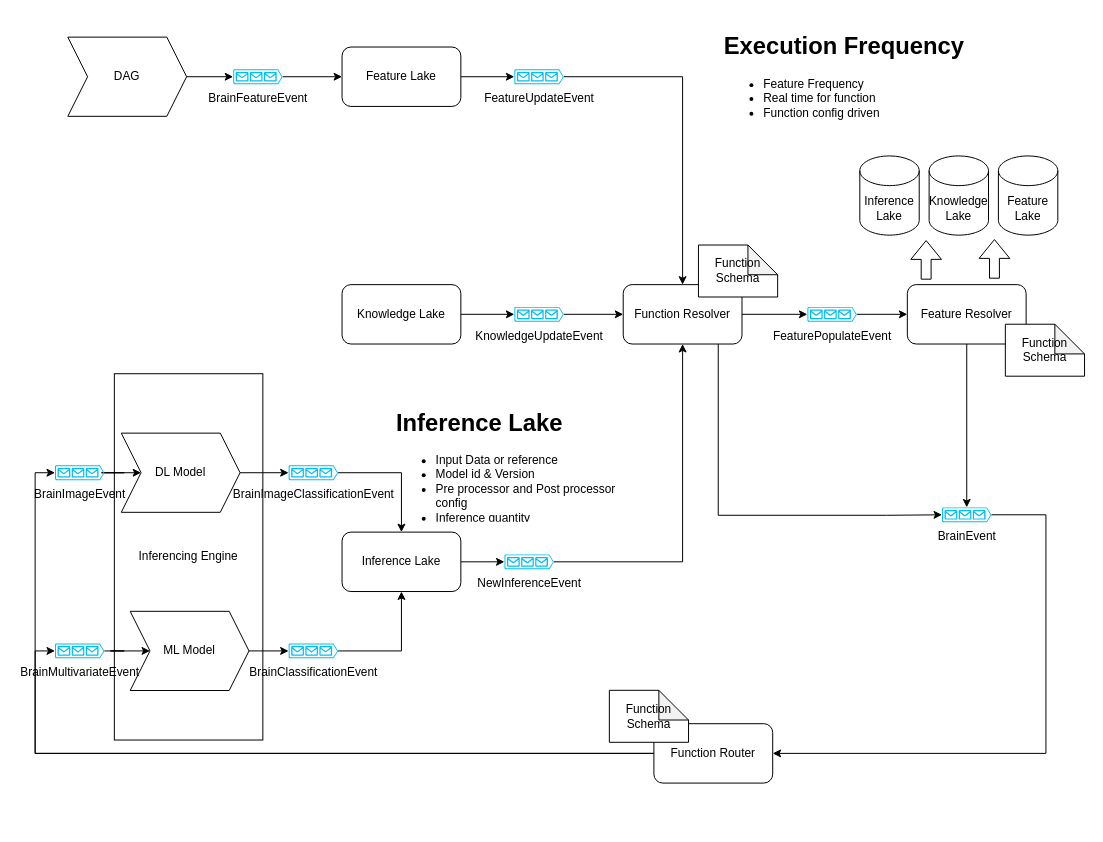
Earlier version of the draw.io diagram page "Inference Lake" (8 of 9) of docs/diagram/ml.drawio (brain-os/brain-proto). Source tidied: cells renumbered, new cells numbered last; positions are measured from the earlier drawing's top-left corner, leaving out a move shared by most shapes. Both pictures are drawn from the tidied source at 99%, with x=0, y=0 at pixel (54, 27).
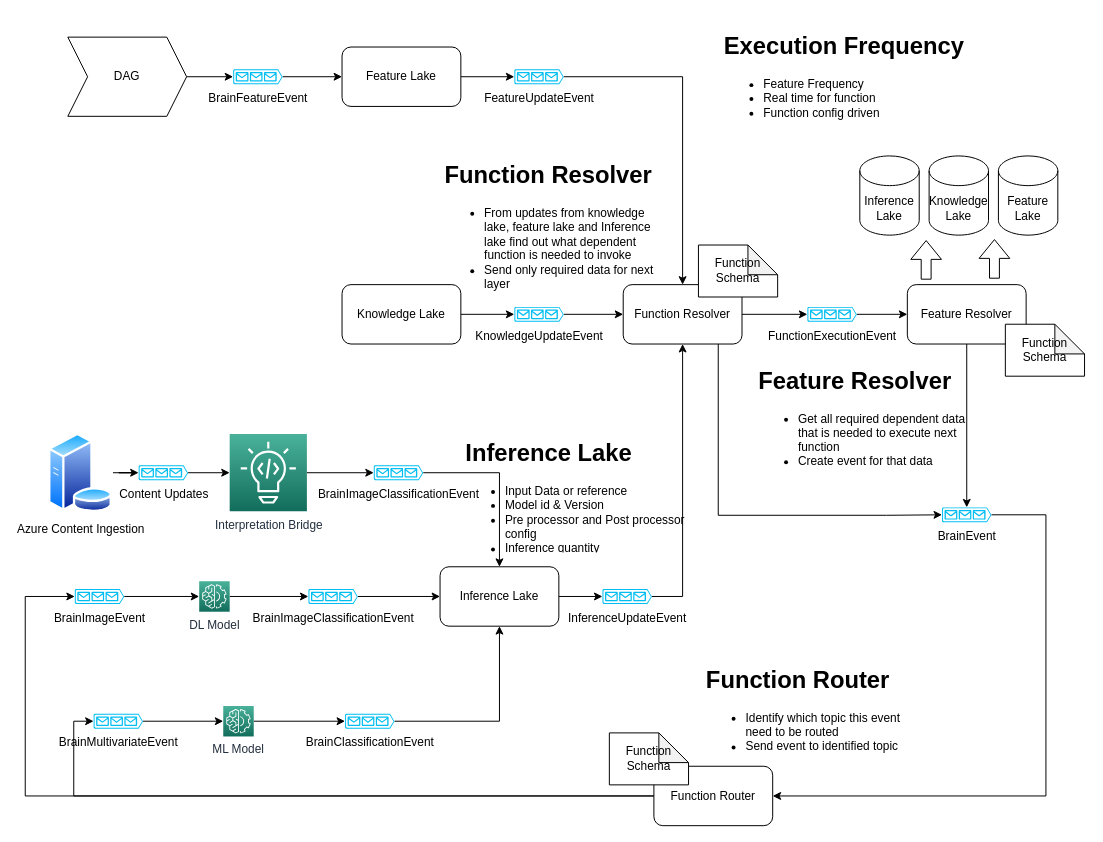
After the change.

Commit message (it also covers changes not shown here):
Changes inference lake diagram

Unchanged cells that the change refers to:
```xml
<mxCell id="22" value="Function Resolver" style="rounded=1;whiteSpace=wrap;html=1;fontColor=#000000;" parent="1" vertex="1">
  <mxGeometry x="574" y="260" width="120" height="60" as="geometry" />
</mxCell>
<mxCell id="36" value="BrainEvent" style="verticalLabelPosition=bottom;html=1;verticalAlign=top;align=center;strokeColor=none;fillColor=#00BEF2;shape=mxgraph.azure.queue_generic;" parent="1" vertex="1">
  <mxGeometry x="896" y="485" width="50" height="15" as="geometry" />
</mxCell>
```

The edit, as a diff of the source:
```diff
@@
-    <mxCell id="2" value="Inferencing Engine" style="rounded=0;whiteSpace=wrap;html=1;fontColor=#000000;" parent="1" vertex="1">
-      <mxGeometry x="60" y="350" width="150" height="370" as="geometry" />
-    </mxCell>
@@
-    <mxCell id="5" style="edgeStyle=orthogonalEdgeStyle;rounded=0;jettySize=auto;html=1;entryX=0;entryY=0.5;entryDx=0;entryDy=0;entryPerimeter=0;fontColor=#000000;" parent="1" edge="1" source="6" target="8">
+    <mxCell id="5" style="edgeStyle=orthogonalEdgeStyle;rounded=0;jettySize=auto;html=1;entryX=0;entryY=0.5;entryDx=0;entryDy=0;entryPerimeter=0;fontColor=#000000;exitX=1;exitY=0.5;exitDx=0;exitDy=0;exitPerimeter=0;" parent="1" edge="1" source="6" target="8">
       <mxGeometry relative="1" as="geometry" />
     </mxCell>
-    <mxCell id="6" value="&lt;font color=&quot;#000000&quot;&gt;DL Model&lt;/font&gt;" style="shape=step;perimeter=stepPerimeter;whiteSpace=wrap;html=1;fixedSize=1;fontColor=#CCE5FF;" parent="1" vertex="1">
-      <mxGeometry x="67" y="410" width="120" height="80" as="geometry" />
-    </mxCell>
-    <mxCell id="7" style="edgeStyle=orthogonalEdgeStyle;rounded=0;jettySize=auto;html=1;fontColor=#000000;" parent="1" edge="1" source="8" target="18">
+    <mxCell id="7" style="edgeStyle=orthogonalEdgeStyle;rounded=0;jettySize=auto;html=1;entryX=0;entryY=0.5;entryDx=0;entryDy=0;" parent="1" edge="1" source="8" target="18">
       <mxGeometry relative="1" as="geometry" />
     </mxCell>
     <mxCell id="8" value="BrainImageClassificationEvent" style="verticalLabelPosition=bottom;html=1;verticalAlign=top;align=center;strokeColor=none;fillColor=#00BEF2;shape=mxgraph.azure.queue_generic;" parent="1" vertex="1">
-      <mxGeometry x="236" y="442.5" width="50" height="15" as="geometry" />
+      <mxGeometry x="256" y="567.5" width="50" height="15" as="geometry" />
     </mxCell>
@@
-    <mxCell id="11" style="edgeStyle=orthogonalEdgeStyle;rounded=0;jettySize=auto;html=1;entryX=0;entryY=0.5;entryDx=0;entryDy=0;entryPerimeter=0;fontColor=#000000;" parent="1" edge="1" source="12" target="14">
+    <mxCell id="11" style="edgeStyle=orthogonalEdgeStyle;rounded=0;jettySize=auto;html=1;entryX=0;entryY=0.5;entryDx=0;entryDy=0;entryPerimeter=0;fontColor=#000000;exitX=1;exitY=0.5;exitDx=0;exitDy=0;exitPerimeter=0;" parent="1" edge="1" source="12" target="14">
       <mxGeometry relative="1" as="geometry" />
     </mxCell>
-    <mxCell id="12" value="&lt;font color=&quot;#000000&quot;&gt;ML Model&lt;/font&gt;" style="shape=step;perimeter=stepPerimeter;whiteSpace=wrap;html=1;fixedSize=1;fontColor=#CCE5FF;" parent="1" vertex="1">
-      <mxGeometry x="76" y="590" width="120" height="80" as="geometry" />
-    </mxCell>
@@
     <mxCell id="14" value="BrainClassificationEvent" style="verticalLabelPosition=bottom;html=1;verticalAlign=top;align=center;strokeColor=none;fillColor=#00BEF2;shape=mxgraph.azure.queue_generic;" parent="1" vertex="1">
-      <mxGeometry x="236" y="622.5" width="50" height="15" as="geometry" />
+      <mxGeometry x="293" y="693.5" width="50" height="15" as="geometry" />
     </mxCell>
@@
     <mxCell id="18" value="Inference Lake" style="rounded=1;whiteSpace=wrap;html=1;fontColor=#000000;" parent="1" vertex="1">
-      <mxGeometry x="290" y="510" width="120" height="60" as="geometry" />
+      <mxGeometry x="389" y="545" width="120" height="60" as="geometry" />
     </mxCell>
     <mxCell id="19" value="&lt;h1&gt;Inference Lake&lt;/h1&gt;&lt;p&gt;&lt;/p&gt;&lt;ul&gt;&lt;li&gt;Input Data or reference&lt;/li&gt;&lt;li&gt;Model id &amp;amp; Version&lt;/li&gt;&lt;li&gt;Pre processor and Post processor config&lt;/li&gt;&lt;li&gt;Inference quantity&lt;/li&gt;&lt;/ul&gt;&lt;p&gt;&lt;/p&gt;" style="text;html=1;strokeColor=none;fillColor=none;spacing=5;spacingTop=-20;whiteSpace=wrap;overflow=hidden;rounded=0;fontColor=#000000;" parent="1" vertex="1">
-      <mxGeometry x="340" y="380" width="230" height="120" as="geometry" />
+      <mxGeometry x="410" y="411" width="230" height="120" as="geometry" />
     </mxCell>
@@
-    <mxCell id="29" style="edgeStyle=orthogonalEdgeStyle;rounded=0;jettySize=auto;html=1;entryX=0.5;entryY=1;entryDx=0;entryDy=0;fontColor=#000000;" parent="1" edge="1" source="30" target="22">
-      <mxGeometry relative="1" as="geometry" />
+    <mxCell id="29" style="edgeStyle=orthogonalEdgeStyle;rounded=0;jettySize=auto;html=1;entryX=0.5;entryY=1;entryDx=0;entryDy=0;" parent="1" edge="1" source="30" target="22">
+      <mxGeometry relative="1" as="geometry">
+        <Array as="points">
+          <mxPoint x="634" y="575" />
+        </Array>
+      </mxGeometry>
     </mxCell>
-    <mxCell id="30" value="NewInferenceEvent" style="verticalLabelPosition=bottom;html=1;verticalAlign=top;align=center;strokeColor=none;fillColor=#00BEF2;shape=mxgraph.azure.queue_generic;" parent="1" vertex="1">
-      <mxGeometry x="454" y="532.5" width="50" height="15" as="geometry" />
+    <mxCell id="30" value="InferenceUpdateEvent" style="verticalLabelPosition=bottom;html=1;verticalAlign=top;align=center;strokeColor=none;fillColor=#00BEF2;shape=mxgraph.azure.queue_generic;" parent="1" vertex="1">
+      <mxGeometry x="553" y="567.5" width="50" height="15" as="geometry" />
     </mxCell>
@@
-    <mxCell id="34" value="FeaturePopulateEvent" style="verticalLabelPosition=bottom;html=1;verticalAlign=top;align=center;strokeColor=none;fillColor=#00BEF2;shape=mxgraph.azure.queue_generic;" parent="1" vertex="1">
+    <mxCell id="34" value="FunctionExecutionEvent" style="verticalLabelPosition=bottom;html=1;verticalAlign=top;align=center;strokeColor=none;fillColor=#00BEF2;shape=mxgraph.azure.queue_generic;" parent="1" vertex="1">
       <mxGeometry x="760" y="282.5" width="50" height="15" as="geometry" />
     </mxCell>
     <mxCell id="35" style="edgeStyle=orthogonalEdgeStyle;rounded=0;jettySize=auto;html=1;entryX=1;entryY=0.5;entryDx=0;entryDy=0;fontColor=#000000;" parent="1" edge="1" source="36" target="43">
       <mxGeometry relative="1" as="geometry">
         <Array as="points">
           <mxPoint x="1001" y="493" />
-          <mxPoint x="1001" y="734" />
+          <mxPoint x="1001" y="777" />
         </Array>
       </mxGeometry>
     </mxCell>
@@
     <mxCell id="42" style="edgeStyle=orthogonalEdgeStyle;rounded=0;jettySize=auto;html=1;entryX=0;entryY=0.5;entryDx=0;entryDy=0;entryPerimeter=0;fontColor=#000000;" parent="1" edge="1" source="43" target="48">
-      <mxGeometry relative="1" as="geometry" />
+      <mxGeometry relative="1" as="geometry">
+        <Array as="points">
+          <mxPoint x="-30" y="777" />
+          <mxPoint x="-30" y="575" />
+        </Array>
+      </mxGeometry>
     </mxCell>
     <mxCell id="43" value="Function Router" style="rounded=1;whiteSpace=wrap;html=1;fontColor=#000000;" parent="1" vertex="1">
-      <mxGeometry x="605" y="703.5" width="120" height="60" as="geometry" />
+      <mxGeometry x="605" y="746.5" width="120" height="60" as="geometry" />
     </mxCell>
@@
     <mxCell id="45" value="Function Schema" style="shape=note;whiteSpace=wrap;html=1;backgroundOutline=1;darkOpacity=0.05;fontColor=#000000;" parent="1" vertex="1">
-      <mxGeometry x="560" y="669.8" width="80" height="52.5" as="geometry" />
+      <mxGeometry x="560" y="712.8" width="80" height="52.5" as="geometry" />
     </mxCell>
@@
-    <mxCell id="47" style="edgeStyle=orthogonalEdgeStyle;rounded=0;jettySize=auto;html=1;entryX=0;entryY=0.5;entryDx=0;entryDy=0;fontColor=#000000;" parent="1" edge="1" source="48" target="6">
+    <mxCell id="47" style="edgeStyle=orthogonalEdgeStyle;rounded=0;jettySize=auto;html=1;entryX=0;entryY=0.5;entryDx=0;entryDy=0;fontColor=#000000;entryPerimeter=0;" parent="1" edge="1" source="48" target="6">
       <mxGeometry relative="1" as="geometry" />
     </mxCell>
     <mxCell id="48" value="BrainImageEvent" style="verticalLabelPosition=bottom;html=1;verticalAlign=top;align=center;strokeColor=none;fillColor=#00BEF2;shape=mxgraph.azure.queue_generic;" parent="1" vertex="1">
-      <mxGeometry y="442.5" width="50" height="15" as="geometry" />
+      <mxGeometry x="20" y="567.5" width="50" height="15" as="geometry" />
     </mxCell>
-    <mxCell id="49" style="edgeStyle=orthogonalEdgeStyle;rounded=0;jettySize=auto;html=1;fontColor=#000000;" parent="1" edge="1" source="50" target="12">
+    <mxCell id="49" style="edgeStyle=orthogonalEdgeStyle;rounded=0;jettySize=auto;html=1;fontColor=#000000;entryX=0;entryY=0.5;entryDx=0;entryDy=0;entryPerimeter=0;" parent="1" edge="1" source="50" target="12">
       <mxGeometry relative="1" as="geometry" />
     </mxCell>
     <mxCell id="50" value="BrainMultivariateEvent" style="verticalLabelPosition=bottom;html=1;verticalAlign=top;align=center;strokeColor=none;fillColor=#00BEF2;shape=mxgraph.azure.queue_generic;" parent="1" vertex="1">
-      <mxGeometry y="622.5" width="50" height="15" as="geometry" />
+      <mxGeometry x="39" y="693.5" width="50" height="15" as="geometry" />
     </mxCell>
@@
+    <mxCell id="53" style="edgeStyle=orthogonalEdgeStyle;rounded=0;jettySize=auto;html=1;entryX=0;entryY=0.5;entryDx=0;entryDy=0;entryPerimeter=0;" parent="1" edge="1" source="54" target="56">
+      <mxGeometry relative="1" as="geometry" />
+    </mxCell>
+    <mxCell id="54" value="Azure Content Ingestion" style="perimeter=ellipsePerimeter;html=1;align=center;shadow=0;dashed=0;spacingTop=3;image;image=img/lib/active_directory/database_server.svg;" parent="1" vertex="1">
+      <mxGeometry x="-7" y="410" width="65.6" height="80" as="geometry" />
+    </mxCell>
+    <mxCell id="55" style="edgeStyle=orthogonalEdgeStyle;rounded=0;jettySize=auto;html=1;" parent="1" edge="1" source="56" target="58">
+      <mxGeometry relative="1" as="geometry" />
+    </mxCell>
+    <mxCell id="56" value="Content Updates" style="verticalLabelPosition=bottom;html=1;verticalAlign=top;align=center;strokeColor=none;fillColor=#00BEF2;shape=mxgraph.azure.queue_generic;" parent="1" vertex="1">
+      <mxGeometry x="84.5" y="442.5" width="50" height="15" as="geometry" />
+    </mxCell>
+    <mxCell id="57" style="edgeStyle=orthogonalEdgeStyle;rounded=0;jettySize=auto;html=1;entryX=0;entryY=0.5;entryDx=0;entryDy=0;entryPerimeter=0;" parent="1" edge="1" source="58" target="60">
+      <mxGeometry relative="1" as="geometry" />
+    </mxCell>
+    <mxCell id="58" value="Interpretation Bridge" style="sketch=0;points=[[0,0,0],[0.25,0,0],[0.5,0,0],[0.75,0,0],[1,0,0],[0,1,0],[0.25,1,0],[0.5,1,0],[0.75,1,0],[1,1,0],[0,0.25,0],[0,0.5,0],[0,0.75,0],[1,0.25,0],[1,0.5,0],[1,0.75,0]];outlineConnect=0;fontColor=#232F3E;gradientColor=#4AB29A;gradientDirection=north;fillColor=#116D5B;strokeColor=#ffffff;dashed=0;verticalLabelPosition=bottom;verticalAlign=top;align=center;html=1;fontSize=12;fontStyle=0;shape=mxgraph.aws4.resourceIcon;resIcon=mxgraph.aws4.codeguru_2;" parent="1" vertex="1">
+      <mxGeometry x="176.5" y="411" width="78" height="78" as="geometry" />
+    </mxCell>
+    <mxCell id="59" style="edgeStyle=orthogonalEdgeStyle;rounded=0;jettySize=auto;html=1;" parent="1" edge="1" source="60" target="18">
+      <mxGeometry relative="1" as="geometry" />
+    </mxCell>
+    <mxCell id="60" value="BrainImageClassificationEvent" style="verticalLabelPosition=bottom;html=1;verticalAlign=top;align=center;strokeColor=none;fillColor=#00BEF2;shape=mxgraph.azure.queue_generic;" parent="1" vertex="1">
+      <mxGeometry x="322" y="442.5" width="50" height="15" as="geometry" />
+    </mxCell>
+    <mxCell id="6" value="DL Model" style="sketch=0;points=[[0,0,0],[0.25,0,0],[0.5,0,0],[0.75,0,0],[1,0,0],[0,1,0],[0.25,1,0],[0.5,1,0],[0.75,1,0],[1,1,0],[0,0.25,0],[0,0.5,0],[0,0.75,0],[1,0.25,0],[1,0.5,0],[1,0.75,0]];outlineConnect=0;fontColor=#232F3E;gradientColor=#4AB29A;gradientDirection=north;fillColor=#116D5B;strokeColor=#ffffff;dashed=0;verticalLabelPosition=bottom;verticalAlign=top;align=center;html=1;fontSize=12;fontStyle=0;shape=mxgraph.aws4.resourceIcon;resIcon=mxgraph.aws4.machine_learning;" parent="1" vertex="1">
+      <mxGeometry x="145.7" y="559.6" width="30.8" height="30.8" as="geometry" />
+    </mxCell>
+    <mxCell id="12" value="ML Model" style="sketch=0;points=[[0,0,0],[0.25,0,0],[0.5,0,0],[0.75,0,0],[1,0,0],[0,1,0],[0.25,1,0],[0.5,1,0],[0.75,1,0],[1,1,0],[0,0.25,0],[0,0.5,0],[0,0.75,0],[1,0.25,0],[1,0.5,0],[1,0.75,0]];outlineConnect=0;fontColor=#232F3E;gradientColor=#4AB29A;gradientDirection=north;fillColor=#116D5B;strokeColor=#ffffff;dashed=0;verticalLabelPosition=bottom;verticalAlign=top;align=center;html=1;fontSize=12;fontStyle=0;shape=mxgraph.aws4.resourceIcon;resIcon=mxgraph.aws4.machine_learning;" parent="1" vertex="1">
+      <mxGeometry x="170" y="685.6" width="30.8" height="30.8" as="geometry" />
+    </mxCell>
+    <mxCell id="61" value="&lt;h1&gt;Function Router&lt;/h1&gt;&lt;p&gt;&lt;/p&gt;&lt;ul&gt;&lt;li&gt;Identify which topic this event need to be routed&lt;/li&gt;&lt;li&gt;Send event to identified topic&lt;/li&gt;&lt;/ul&gt;&lt;p&gt;&lt;/p&gt;" style="text;html=1;strokeColor=none;fillColor=none;spacing=5;spacingTop=-20;whiteSpace=wrap;overflow=hidden;rounded=0;fontColor=#000000;" parent="1" vertex="1">
+      <mxGeometry x="653" y="640" width="230" height="120" as="geometry" />
+    </mxCell>
+    <mxCell id="62" value="&lt;h1&gt;Feature Resolver&lt;/h1&gt;&lt;p&gt;&lt;/p&gt;&lt;ul&gt;&lt;li&gt;&lt;span&gt;Get all required dependent data that is needed to execute next function&lt;/span&gt;&lt;/li&gt;&lt;li&gt;&lt;span&gt;Create event for that data&lt;/span&gt;&lt;br&gt;&lt;/li&gt;&lt;/ul&gt;&lt;p&gt;&lt;/p&gt;" style="text;html=1;strokeColor=none;fillColor=none;spacing=5;spacingTop=-20;whiteSpace=wrap;overflow=hidden;rounded=0;fontColor=#000000;" parent="1" vertex="1">
+      <mxGeometry x="705.5" y="337.5" width="230" height="120" as="geometry" />
+    </mxCell>
+    <mxCell id="63" value="&lt;h1&gt;Function Resolver&lt;/h1&gt;&lt;p&gt;&lt;/p&gt;&lt;ul&gt;&lt;li&gt;&lt;span&gt;From updates from knowledge lake, feature lake and Inference lake find out what dependent function is needed to invoke&lt;/span&gt;&lt;/li&gt;&lt;li&gt;&lt;span&gt;Send only required data for next layer&lt;/span&gt;&lt;br&gt;&lt;/li&gt;&lt;/ul&gt;&lt;p&gt;&lt;/p&gt;" style="text;html=1;strokeColor=none;fillColor=none;spacing=5;spacingTop=-20;whiteSpace=wrap;overflow=hidden;rounded=0;fontColor=#000000;" parent="1" vertex="1">
+      <mxGeometry x="389" y="130" width="230" height="140" as="geometry" />
+    </mxCell>
```
